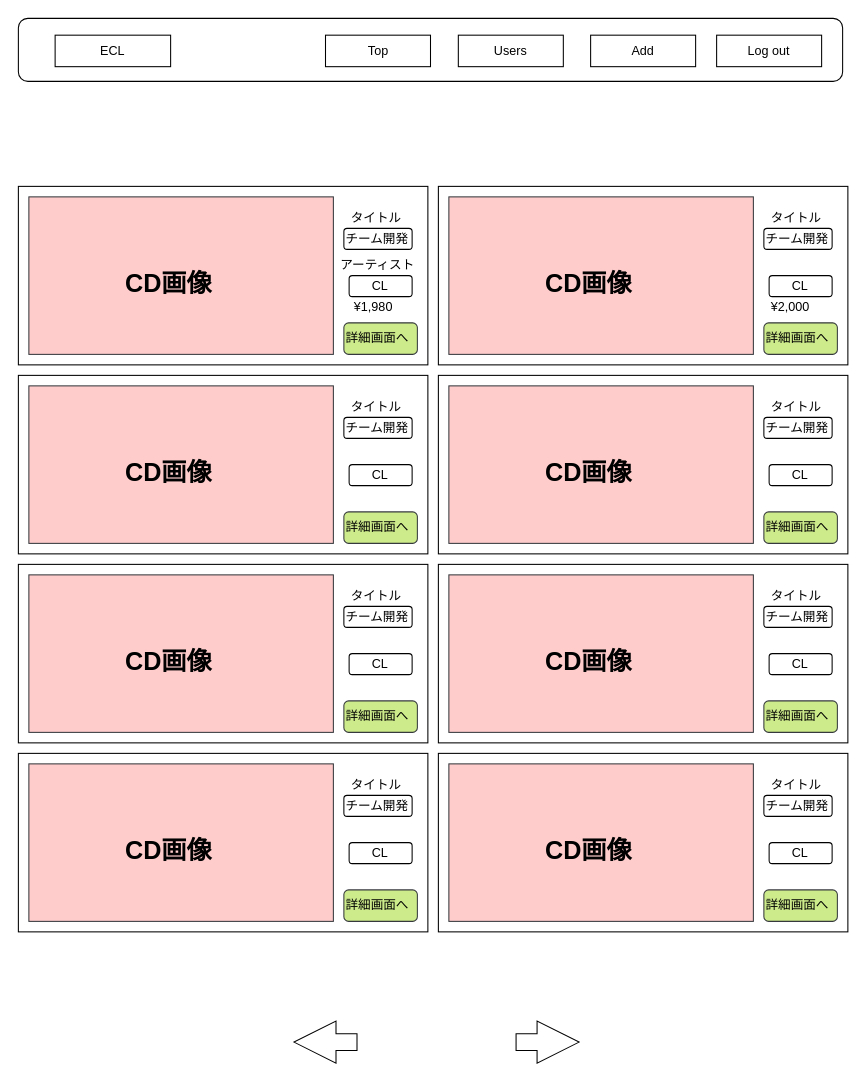
Before: ワイヤーフレーム/admin/admin_item_list.drawio in ecl11/ECL, a draw.io diagram. Source tidied: cells renumbered, new cells numbered last; positions are measured from the earlier drawing's top-left corner, leaving out a move shared by most shapes. Both pictures are drawn from the tidied source at 105%, with x=0, y=0 at pixel (18, 18).
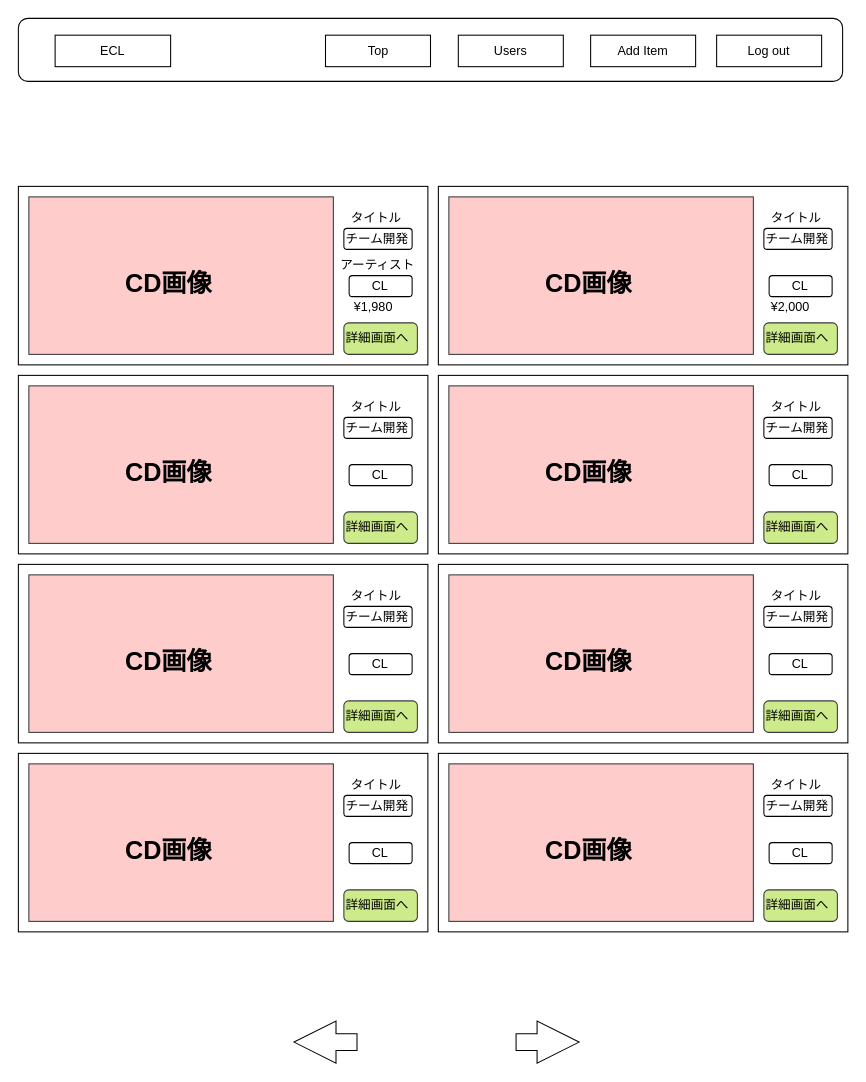
The same diagram, later.

The edit, as a diff of the source:
```diff
@@
-    <mxCell id="80" value="Add" style="rounded=0;whiteSpace=wrap;html=1;" parent="1" vertex="1">
+    <mxCell id="80" value="Add Item" style="rounded=0;whiteSpace=wrap;html=1;" parent="1" vertex="1">
       <mxGeometry x="545" y="16" width="100" height="30" as="geometry" />
     </mxCell>
```
